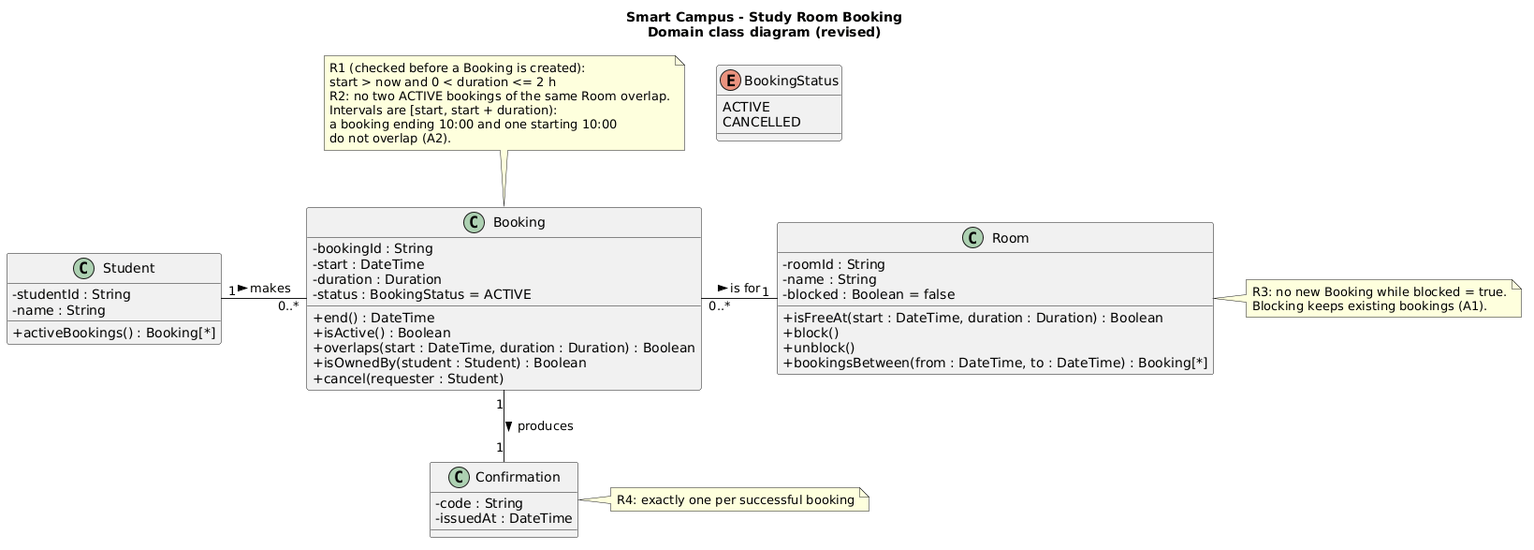
The PlantUML diagram week-04/models/img/class.png in Xseron/se-practice, before a commit. The source it was exported from:
```plantuml
@startuml
title Smart Campus - Study Room Booking\nDomain class diagram (revised)

skinparam classAttributeIconSize 0
skinparam shadowing false

class Student {
  - studentId : String
  - name : String
  + activeBookings() : Booking[*]
}

class Room {
  - roomId : String
  - name : String
  - blocked : Boolean = false
  + isFreeAt(start : DateTime, duration : Duration) : Boolean
  + block()
  + unblock()
  + bookingsBetween(from : DateTime, to : DateTime) : Booking[*]
}

class Booking {
  - bookingId : String
  - start : DateTime
  - duration : Duration
  - status : BookingStatus = ACTIVE
  + end() : DateTime
  + isActive() : Boolean
  + overlaps(start : DateTime, duration : Duration) : Boolean
  + isOwnedBy(student : Student) : Boolean
  + cancel(requester : Student)
}

class Confirmation {
  - code : String
  - issuedAt : DateTime
}

enum BookingStatus {
  ACTIVE
  CANCELLED
}

Student "1" -right- "0..*" Booking : makes >
Booking "0..*" -right- "1" Room : is for >
Booking "1" -down- "1" Confirmation : produces >

note top of Booking
  R1 (checked before a Booking is created):
  start > now and 0 < duration <= 2 h
  R2: no two ACTIVE bookings of the same Room overlap.
  Intervals are [start, start + duration):
  a booking ending 10:00 and one starting 10:00
  do not overlap (A2).
end note

note right of Room
  R3: no new Booking while blocked = true.
  Blocking keeps existing bookings (A1).
end note

note right of Confirmation
  R4: exactly one per successful booking
end note
@enduml
```
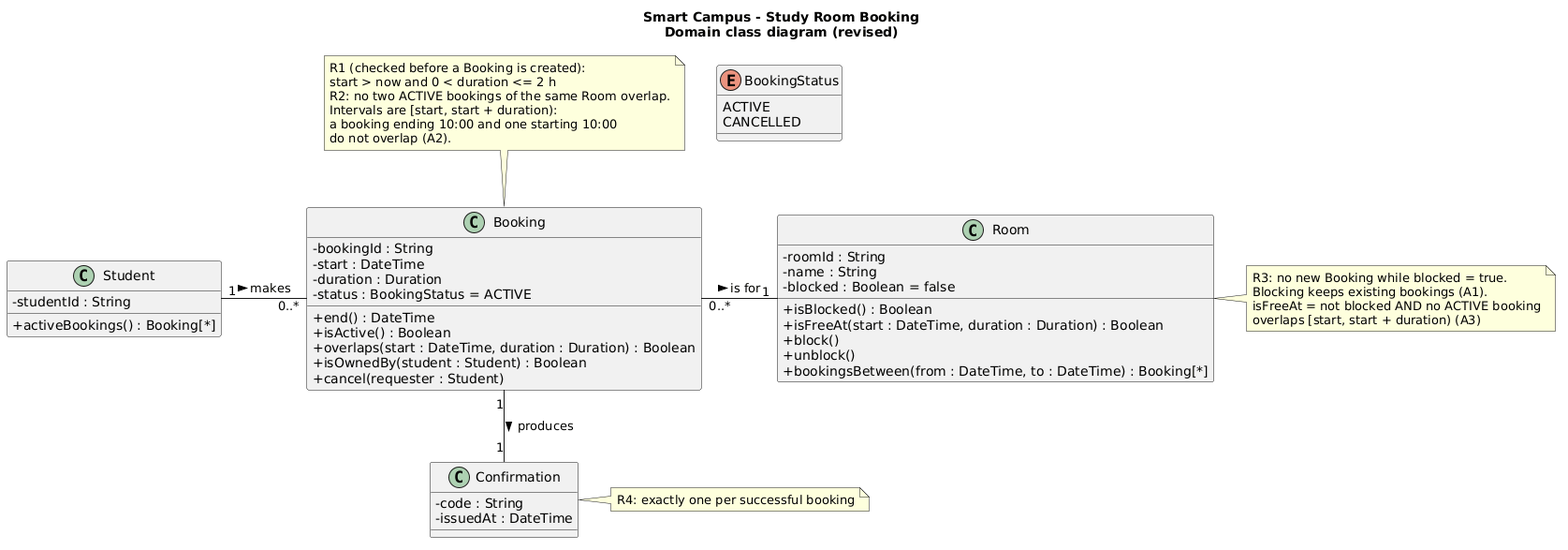
The same diagram one commit later.

The edit, as a diff of the source:
```diff
@@ -6,7 +6,6 @@
 
 class Student {
   - studentId : String
-  - name : String
   + activeBookings() : Booking[*]
 }
 
@@ -14,6 +13,7 @@
   - roomId : String
   - name : String
   - blocked : Boolean = false
+  + isBlocked() : Boolean
   + isFreeAt(start : DateTime, duration : Duration) : Boolean
   + block()
   + unblock()
@@ -58,6 +58,8 @@
 note right of Room
   R3: no new Booking while blocked = true.
   Blocking keeps existing bookings (A1).
+  isFreeAt = not blocked AND no ACTIVE booking
+  overlaps [start, start + duration) (A3)
 end note
 
 note right of Confirmation
```
